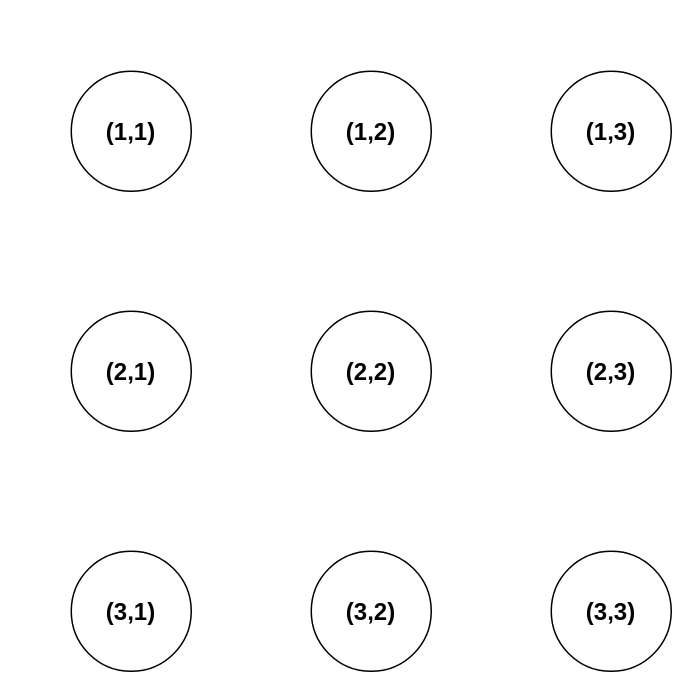
Earlier version of the draw.io diagram page "Page-1" (1 of 3) of MDP.drawio (melmirasol/Case-Problem-6.2). Source tidied: cells renumbered, new cells numbered last; positions are measured from the earlier drawing's top-left corner, leaving out a move shared by most shapes. Both pictures are drawn from the tidied source at 150%, with x=0, y=0 at pixel (70, 70).
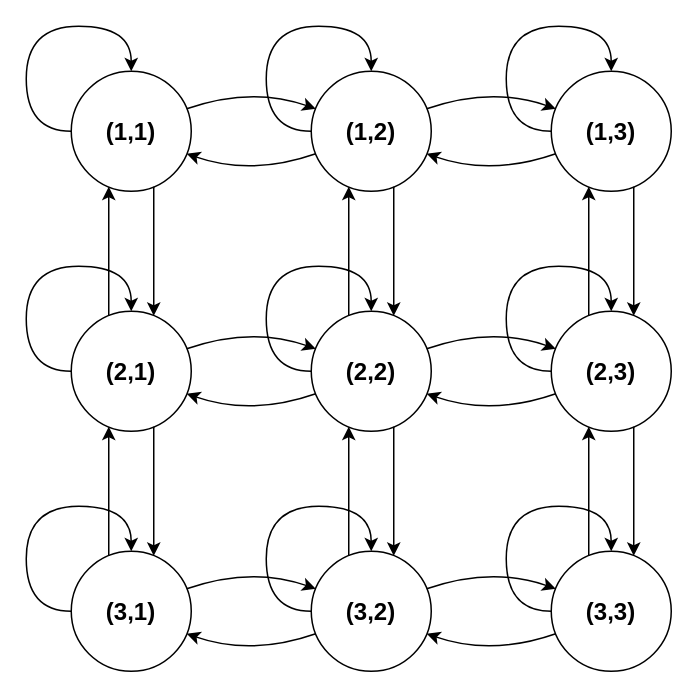
The same diagram, later.

Diff of the diagram source:
```diff
@@
-    <mxCell id="2" value="(1,1)" style="ellipse;whiteSpace=wrap;html=1;shapeInside=1;fontSize=16;fontStyle=1;" parent="1" vertex="1">
+    <mxCell id="2" value="(1,1)" style="ellipse;whiteSpace=wrap;html=1;shapeInside=1;fontSize=16;fontStyle=1;points=[[0,0,0,0,0],[0,0.5,0,0,0],[0,1,0,0,0],[0.0375,0.3125,0,0,0],[0.0375,0.6875,0,0,0],[0.3125,0.0375,0,0,0],[0.3125,0.9625,0,0,0],[0.5,0,0,0,0],[0.5,1,0,0,0],[0.6875,0.0375,0,0,0],[0.6875,0.9625,0,0,0],[0.9625,0.3125,0,0,0],[0.9625,0.6875,0,0,0],[1,0,0,0,0],[1,0.5,0,0,0],[1,1,0,0,0]];" parent="1" vertex="1">
       <mxGeometry width="80" height="80" as="geometry" />
     </mxCell>
-    <mxCell id="3" value="(1,2)" style="ellipse;whiteSpace=wrap;html=1;shapeInside=1;fontSize=16;fontStyle=1;" parent="1" vertex="1">
+    <mxCell id="3" value="(1,2)" style="ellipse;whiteSpace=wrap;html=1;shapeInside=1;fontSize=16;fontStyle=1;points=[[0,0,0,0,0],[0,0.5,0,0,0],[0,1,0,0,0],[0.0375,0.3125,0,0,0],[0.0375,0.6875,0,0,0],[0.3125,0.0375,0,0,0],[0.3125,0.9625,0,0,0],[0.5,0,0,0,0],[0.5,1,0,0,0],[0.6875,0.0375,0,0,0],[0.6875,0.9625,0,0,0],[0.9625,0.3125,0,0,0],[0.9625,0.6875,0,0,0],[1,0,0,0,0],[1,0.5,0,0,0],[1,1,0,0,0]];" parent="1" vertex="1">
       <mxGeometry x="160" width="80" height="80" as="geometry" />
     </mxCell>
-    <mxCell id="4" value="(1,3)" style="ellipse;whiteSpace=wrap;html=1;shapeInside=1;fontSize=16;fontStyle=1;" parent="1" vertex="1">
+    <mxCell id="4" value="(1,3)" style="ellipse;whiteSpace=wrap;html=1;shapeInside=1;fontSize=16;fontStyle=1;points=[[0,0,0,0,0],[0,0.5,0,0,0],[0,1,0,0,0],[0.0375,0.3125,0,0,0],[0.0375,0.6875,0,0,0],[0.3125,0.0375,0,0,0],[0.3125,0.9625,0,0,0],[0.5,0,0,0,0],[0.5,1,0,0,0],[0.6875,0.0375,0,0,0],[0.6875,0.9625,0,0,0],[0.9625,0.3125,0,0,0],[0.9625,0.6875,0,0,0],[1,0,0,0,0],[1,0.5,0,0,0],[1,1,0,0,0]];" parent="1" vertex="1">
       <mxGeometry x="320" width="80" height="80" as="geometry" />
     </mxCell>
+    <mxCell id="11" style="endArrow=classic;html=1;rounded=0;curved=1;exitX=0.9625;exitY=0.3125;exitDx=0;exitDy=0;exitPerimeter=0;entryX=0.0375;entryY=0.3125;entryDx=0;entryDy=0;entryPerimeter=0;" parent="1" edge="1" source="2" target="3">
+      <mxGeometry relative="1" as="geometry">
+        <Array as="points">
+          <mxPoint x="120" y="10" />
+        </Array>
+      </mxGeometry>
+    </mxCell>
+    <mxCell id="12" style="endArrow=classic;html=1;rounded=0;curved=1;entryX=0.9625;entryY=0.6875;entryDx=0;entryDy=0;entryPerimeter=0;exitX=0.0375;exitY=0.6875;exitDx=0;exitDy=0;exitPerimeter=0;" parent="1" edge="1" source="3" target="2">
+      <mxGeometry relative="1" as="geometry">
+        <Array as="points">
+          <mxPoint x="120" y="70" />
+        </Array>
+      </mxGeometry>
+    </mxCell>
+    <mxCell id="13" style="endArrow=classic;html=1;rounded=0;curved=1;exitX=0.9625;exitY=0.3125;exitDx=0;exitDy=0;exitPerimeter=0;entryX=0.0375;entryY=0.3125;entryDx=0;entryDy=0;entryPerimeter=0;" parent="1" edge="1" source="3" target="4">
+      <mxGeometry relative="1" as="geometry">
+        <Array as="points">
+          <mxPoint x="280" y="10" />
+        </Array>
+      </mxGeometry>
+    </mxCell>
+    <mxCell id="14" style="endArrow=classic;html=1;rounded=0;curved=1;entryX=0.9625;entryY=0.6875;entryDx=0;entryDy=0;entryPerimeter=0;exitX=0.0375;exitY=0.6875;exitDx=0;exitDy=0;exitPerimeter=0;" parent="1" edge="1" source="4" target="3">
+      <mxGeometry relative="1" as="geometry">
+        <Array as="points">
+          <mxPoint x="280" y="70" />
+        </Array>
+      </mxGeometry>
+    </mxCell>
-    <mxCell id="5" value="(2,1)" style="ellipse;whiteSpace=wrap;html=1;shapeInside=1;fontSize=16;fontStyle=1;" parent="1" vertex="1">
+    <mxCell id="5" value="(2,1)" style="ellipse;whiteSpace=wrap;html=1;shapeInside=1;fontSize=16;fontStyle=1;points=[[0,0,0,0,0],[0,0.5,0,0,0],[0,1,0,0,0],[0.0375,0.3125,0,0,0],[0.0375,0.6875,0,0,0],[0.3125,0.0375,0,0,0],[0.3125,0.9625,0,0,0],[0.5,0,0,0,0],[0.5,1,0,0,0],[0.6875,0.0375,0,0,0],[0.6875,0.9625,0,0,0],[0.9625,0.3125,0,0,0],[0.9625,0.6875,0,0,0],[1,0,0,0,0],[1,0.5,0,0,0],[1,1,0,0,0]];" parent="1" vertex="1">
       <mxGeometry y="160" width="80" height="80" as="geometry" />
     </mxCell>
-    <mxCell id="6" value="(2,2)" style="ellipse;whiteSpace=wrap;html=1;shapeInside=1;fontSize=16;fontStyle=1;" parent="1" vertex="1">
+    <mxCell id="6" value="(2,2)" style="ellipse;whiteSpace=wrap;html=1;shapeInside=1;fontSize=16;fontStyle=1;points=[[0,0,0,0,0],[0,0.5,0,0,0],[0,1,0,0,0],[0.0375,0.3125,0,0,0],[0.0375,0.6875,0,0,0],[0.3125,0.0375,0,0,0],[0.3125,0.9625,0,0,0],[0.5,0,0,0,0],[0.5,1,0,0,0],[0.6875,0.0375,0,0,0],[0.6875,0.9625,0,0,0],[0.9625,0.3125,0,0,0],[0.9625,0.6875,0,0,0],[1,0,0,0,0],[1,0.5,0,0,0],[1,1,0,0,0]];" parent="1" vertex="1">
       <mxGeometry x="160" y="160" width="80" height="80" as="geometry" />
     </mxCell>
-    <mxCell id="7" value="(2,3)" style="ellipse;whiteSpace=wrap;html=1;shapeInside=1;fontSize=16;fontStyle=1;" parent="1" vertex="1">
+    <mxCell id="7" value="(2,3)" style="ellipse;whiteSpace=wrap;html=1;shapeInside=1;fontSize=16;fontStyle=1;points=[[0,0,0,0,0],[0,0.5,0,0,0],[0,1,0,0,0],[0.0375,0.3125,0,0,0],[0.0375,0.6875,0,0,0],[0.3125,0.0375,0,0,0],[0.3125,0.9625,0,0,0],[0.5,0,0,0,0],[0.5,1,0,0,0],[0.6875,0.0375,0,0,0],[0.6875,0.9625,0,0,0],[0.9625,0.3125,0,0,0],[0.9625,0.6875,0,0,0],[1,0,0,0,0],[1,0.5,0,0,0],[1,1,0,0,0]];" parent="1" vertex="1">
       <mxGeometry x="320" y="160" width="80" height="80" as="geometry" />
     </mxCell>
+    <mxCell id="15" style="endArrow=classic;html=1;rounded=0;curved=1;exitX=0.9625;exitY=0.3125;exitDx=0;exitDy=0;exitPerimeter=0;entryX=0.0375;entryY=0.3125;entryDx=0;entryDy=0;entryPerimeter=0;" parent="1" edge="1" source="5" target="6">
+      <mxGeometry relative="1" as="geometry">
+        <Array as="points">
+          <mxPoint x="120" y="170" />
+        </Array>
+      </mxGeometry>
+    </mxCell>
+    <mxCell id="16" style="endArrow=classic;html=1;rounded=0;curved=1;entryX=0.9625;entryY=0.6875;entryDx=0;entryDy=0;entryPerimeter=0;exitX=0.0375;exitY=0.6875;exitDx=0;exitDy=0;exitPerimeter=0;" parent="1" edge="1" source="6" target="5">
+      <mxGeometry relative="1" as="geometry">
+        <Array as="points">
+          <mxPoint x="120" y="230" />
+        </Array>
+      </mxGeometry>
+    </mxCell>
+    <mxCell id="17" style="endArrow=classic;html=1;rounded=0;curved=1;exitX=0.9625;exitY=0.3125;exitDx=0;exitDy=0;exitPerimeter=0;entryX=0.0375;entryY=0.3125;entryDx=0;entryDy=0;entryPerimeter=0;" parent="1" edge="1" source="6" target="7">
+      <mxGeometry relative="1" as="geometry">
+        <Array as="points">
+          <mxPoint x="280" y="170" />
+        </Array>
+      </mxGeometry>
+    </mxCell>
+    <mxCell id="18" style="endArrow=classic;html=1;rounded=0;curved=1;entryX=0.9625;entryY=0.6875;entryDx=0;entryDy=0;entryPerimeter=0;exitX=0.0375;exitY=0.6875;exitDx=0;exitDy=0;exitPerimeter=0;" parent="1" edge="1" source="7" target="6">
+      <mxGeometry relative="1" as="geometry">
+        <Array as="points">
+          <mxPoint x="280" y="230" />
+        </Array>
+      </mxGeometry>
+    </mxCell>
+    <mxCell id="19" style="endArrow=classic;html=1;rounded=0;entryX=0.3125;entryY=0.9625;entryDx=0;entryDy=0;entryPerimeter=0;exitX=0.3125;exitY=0.0375;exitDx=0;exitDy=0;exitPerimeter=0;" parent="1" edge="1" source="6" target="3">
+      <mxGeometry relative="1" as="geometry" />
+    </mxCell>
+    <mxCell id="20" style="endArrow=classic;html=1;rounded=0;entryX=0.6875;entryY=0.0375;entryDx=0;entryDy=0;entryPerimeter=0;exitX=0.6875;exitY=0.9625;exitDx=0;exitDy=0;exitPerimeter=0;" parent="1" edge="1" source="3" target="6">
+      <mxGeometry relative="1" as="geometry" />
+    </mxCell>
+    <mxCell id="21" style="endArrow=classic;html=1;rounded=0;entryX=0.3125;entryY=0.9625;entryDx=0;entryDy=0;entryPerimeter=0;exitX=0.3125;exitY=0.0375;exitDx=0;exitDy=0;exitPerimeter=0;" parent="1" edge="1" source="5" target="2">
+      <mxGeometry relative="1" as="geometry" />
+    </mxCell>
+    <mxCell id="22" style="endArrow=classic;html=1;rounded=0;entryX=0.6875;entryY=0.0375;entryDx=0;entryDy=0;entryPerimeter=0;exitX=0.6875;exitY=0.9625;exitDx=0;exitDy=0;exitPerimeter=0;" parent="1" edge="1" source="2" target="5">
+      <mxGeometry relative="1" as="geometry" />
+    </mxCell>
+    <mxCell id="23" style="endArrow=classic;html=1;rounded=0;entryX=0.3125;entryY=0.9625;entryDx=0;entryDy=0;entryPerimeter=0;exitX=0.3125;exitY=0.0375;exitDx=0;exitDy=0;exitPerimeter=0;" parent="1" edge="1" source="7" target="4">
+      <mxGeometry relative="1" as="geometry" />
+    </mxCell>
+    <mxCell id="24" style="endArrow=classic;html=1;rounded=0;entryX=0.6875;entryY=0.0375;entryDx=0;entryDy=0;entryPerimeter=0;exitX=0.6875;exitY=0.9625;exitDx=0;exitDy=0;exitPerimeter=0;" parent="1" edge="1" source="4" target="7">
+      <mxGeometry relative="1" as="geometry" />
+    </mxCell>
-    <mxCell id="8" value="(3,1)" style="ellipse;whiteSpace=wrap;html=1;shapeInside=1;fontSize=16;fontStyle=1;" parent="1" vertex="1">
+    <mxCell id="8" value="(3,1)" style="ellipse;whiteSpace=wrap;html=1;shapeInside=1;fontSize=16;fontStyle=1;points=[[0,0,0,0,0],[0,0.5,0,0,0],[0,1,0,0,0],[0.0375,0.3125,0,0,0],[0.0375,0.6875,0,0,0],[0.3125,0.0375,0,0,0],[0.3125,0.9625,0,0,0],[0.5,0,0,0,0],[0.5,1,0,0,0],[0.6875,0.0375,0,0,0],[0.6875,0.9625,0,0,0],[0.9625,0.3125,0,0,0],[0.9625,0.6875,0,0,0],[1,0,0,0,0],[1,0.5,0,0,0],[1,1,0,0,0]];" parent="1" vertex="1">
       <mxGeometry y="320" width="80" height="80" as="geometry" />
     </mxCell>
-    <mxCell id="9" value="(3,2)" style="ellipse;whiteSpace=wrap;html=1;shapeInside=1;fontSize=16;fontStyle=1;" parent="1" vertex="1">
+    <mxCell id="9" value="(3,2)" style="ellipse;whiteSpace=wrap;html=1;shapeInside=1;fontSize=16;fontStyle=1;points=[[0,0,0,0,0],[0,0.5,0,0,0],[0,1,0,0,0],[0.0375,0.3125,0,0,0],[0.0375,0.6875,0,0,0],[0.3125,0.0375,0,0,0],[0.3125,0.9625,0,0,0],[0.5,0,0,0,0],[0.5,1,0,0,0],[0.6875,0.0375,0,0,0],[0.6875,0.9625,0,0,0],[0.9625,0.3125,0,0,0],[0.9625,0.6875,0,0,0],[1,0,0,0,0],[1,0.5,0,0,0],[1,1,0,0,0]];" parent="1" vertex="1">
       <mxGeometry x="160" y="320" width="80" height="80" as="geometry" />
     </mxCell>
-    <mxCell id="10" value="(3,3)" style="ellipse;whiteSpace=wrap;html=1;shapeInside=1;fontSize=16;fontStyle=1;" parent="1" vertex="1">
+    <mxCell id="10" value="(3,3)" style="ellipse;whiteSpace=wrap;html=1;shapeInside=1;fontSize=16;fontStyle=1;points=[[0,0,0,0,0],[0,0.5,0,0,0],[0,1,0,0,0],[0.0375,0.3125,0,0,0],[0.0375,0.6875,0,0,0],[0.3125,0.0375,0,0,0],[0.3125,0.9625,0,0,0],[0.5,0,0,0,0],[0.5,1,0,0,0],[0.6875,0.0375,0,0,0],[0.6875,0.9625,0,0,0],[0.9625,0.3125,0,0,0],[0.9625,0.6875,0,0,0],[1,0,0,0,0],[1,0.5,0,0,0],[1,1,0,0,0]];" parent="1" vertex="1">
       <mxGeometry x="320" y="320" width="80" height="80" as="geometry" />
     </mxCell>
+    <mxCell id="25" style="endArrow=classic;html=1;rounded=0;curved=1;exitX=0.9625;exitY=0.3125;exitDx=0;exitDy=0;exitPerimeter=0;entryX=0.0375;entryY=0.3125;entryDx=0;entryDy=0;entryPerimeter=0;" parent="1" edge="1" source="8" target="9">
+      <mxGeometry relative="1" as="geometry">
+        <Array as="points">
+          <mxPoint x="120" y="330" />
+        </Array>
+      </mxGeometry>
+    </mxCell>
+    <mxCell id="26" style="endArrow=classic;html=1;rounded=0;curved=1;entryX=0.9625;entryY=0.6875;entryDx=0;entryDy=0;entryPerimeter=0;exitX=0.0375;exitY=0.6875;exitDx=0;exitDy=0;exitPerimeter=0;" parent="1" edge="1" source="9" target="8">
+      <mxGeometry relative="1" as="geometry">
+        <Array as="points">
+          <mxPoint x="120" y="390" />
+        </Array>
+      </mxGeometry>
+    </mxCell>
+    <mxCell id="27" style="endArrow=classic;html=1;rounded=0;curved=1;exitX=0.9625;exitY=0.3125;exitDx=0;exitDy=0;exitPerimeter=0;entryX=0.0375;entryY=0.3125;entryDx=0;entryDy=0;entryPerimeter=0;" parent="1" edge="1" source="9" target="10">
+      <mxGeometry relative="1" as="geometry">
+        <Array as="points">
+          <mxPoint x="280" y="330" />
+        </Array>
+      </mxGeometry>
+    </mxCell>
+    <mxCell id="28" style="endArrow=classic;html=1;rounded=0;curved=1;entryX=0.9625;entryY=0.6875;entryDx=0;entryDy=0;entryPerimeter=0;exitX=0.0375;exitY=0.6875;exitDx=0;exitDy=0;exitPerimeter=0;" parent="1" edge="1" source="10" target="9">
+      <mxGeometry relative="1" as="geometry">
+        <Array as="points">
+          <mxPoint x="280" y="390" />
+        </Array>
+      </mxGeometry>
+    </mxCell>
+    <mxCell id="29" style="endArrow=classic;html=1;rounded=0;entryX=0.3125;entryY=0.9625;entryDx=0;entryDy=0;entryPerimeter=0;exitX=0.3125;exitY=0.0375;exitDx=0;exitDy=0;exitPerimeter=0;" parent="1" edge="1" source="9" target="6">
+      <mxGeometry relative="1" as="geometry" />
+    </mxCell>
+    <mxCell id="30" style="endArrow=classic;html=1;rounded=0;entryX=0.6875;entryY=0.0375;entryDx=0;entryDy=0;entryPerimeter=0;exitX=0.6875;exitY=0.9625;exitDx=0;exitDy=0;exitPerimeter=0;" parent="1" edge="1" source="6" target="9">
+      <mxGeometry relative="1" as="geometry" />
+    </mxCell>
+    <mxCell id="31" style="endArrow=classic;html=1;rounded=0;entryX=0.3125;entryY=0.9625;entryDx=0;entryDy=0;entryPerimeter=0;exitX=0.3125;exitY=0.0375;exitDx=0;exitDy=0;exitPerimeter=0;" parent="1" edge="1" source="8" target="5">
+      <mxGeometry relative="1" as="geometry" />
+    </mxCell>
+    <mxCell id="32" style="endArrow=classic;html=1;rounded=0;entryX=0.6875;entryY=0.0375;entryDx=0;entryDy=0;entryPerimeter=0;exitX=0.6875;exitY=0.9625;exitDx=0;exitDy=0;exitPerimeter=0;" parent="1" edge="1" source="5" target="8">
+      <mxGeometry relative="1" as="geometry" />
+    </mxCell>
+    <mxCell id="33" style="endArrow=classic;html=1;rounded=0;entryX=0.3125;entryY=0.9625;entryDx=0;entryDy=0;entryPerimeter=0;exitX=0.3125;exitY=0.0375;exitDx=0;exitDy=0;exitPerimeter=0;" parent="1" edge="1" source="10" target="7">
+      <mxGeometry relative="1" as="geometry" />
+    </mxCell>
+    <mxCell id="34" style="endArrow=classic;html=1;rounded=0;entryX=0.6875;entryY=0.0375;entryDx=0;entryDy=0;entryPerimeter=0;exitX=0.6875;exitY=0.9625;exitDx=0;exitDy=0;exitPerimeter=0;" parent="1" edge="1" source="7" target="10">
+      <mxGeometry relative="1" as="geometry" />
+    </mxCell>
+    <mxCell id="35" style="endArrow=classic;html=1;rounded=0;exitX=0;exitY=0.5;exitDx=0;exitDy=0;exitPerimeter=0;entryX=0.5;entryY=0;entryDx=0;entryDy=0;entryPerimeter=0;curved=1;edgeStyle=orthogonalEdgeStyle;innerLoopWaypoints=1;" parent="1" edge="1" source="2" target="2">
+      <mxGeometry relative="1" as="geometry">
+        <Array as="points">
+          <mxPoint x="-30" y="40" />
+          <mxPoint x="-30" y="-30" />
+          <mxPoint x="40" y="-30" />
+        </Array>
+      </mxGeometry>
+    </mxCell>
+    <mxCell id="36" style="endArrow=classic;html=1;rounded=0;exitX=0;exitY=0.5;exitDx=0;exitDy=0;exitPerimeter=0;entryX=0.5;entryY=0;entryDx=0;entryDy=0;entryPerimeter=0;curved=1;edgeStyle=orthogonalEdgeStyle;innerLoopWaypoints=1;" parent="1" edge="1" source="3" target="3">
+      <mxGeometry relative="1" as="geometry">
+        <Array as="points">
+          <mxPoint x="130" y="40" />
+          <mxPoint x="130" y="-30" />
+          <mxPoint x="200" y="-30" />
+        </Array>
+      </mxGeometry>
+    </mxCell>
+    <mxCell id="37" style="endArrow=classic;html=1;rounded=0;exitX=0;exitY=0.5;exitDx=0;exitDy=0;exitPerimeter=0;entryX=0.5;entryY=0;entryDx=0;entryDy=0;entryPerimeter=0;curved=1;edgeStyle=orthogonalEdgeStyle;innerLoopWaypoints=1;" parent="1" edge="1" source="4" target="4">
+      <mxGeometry relative="1" as="geometry">
+        <Array as="points">
+          <mxPoint x="290" y="40" />
+          <mxPoint x="290" y="-30" />
+          <mxPoint x="360" y="-30" />
+        </Array>
+      </mxGeometry>
+    </mxCell>
+    <mxCell id="38" style="endArrow=classic;html=1;rounded=0;exitX=0;exitY=0.5;exitDx=0;exitDy=0;exitPerimeter=0;entryX=0.5;entryY=0;entryDx=0;entryDy=0;entryPerimeter=0;curved=1;edgeStyle=orthogonalEdgeStyle;innerLoopWaypoints=1;" parent="1" edge="1" source="7" target="7">
+      <mxGeometry relative="1" as="geometry">
+        <Array as="points">
+          <mxPoint x="290" y="200" />
+          <mxPoint x="290" y="130" />
+          <mxPoint x="360" y="130" />
+        </Array>
+      </mxGeometry>
+    </mxCell>
+    <mxCell id="39" style="endArrow=classic;html=1;rounded=0;exitX=0;exitY=0.5;exitDx=0;exitDy=0;exitPerimeter=0;entryX=0.5;entryY=0;entryDx=0;entryDy=0;entryPerimeter=0;curved=1;edgeStyle=orthogonalEdgeStyle;innerLoopWaypoints=1;" parent="1" edge="1" source="6" target="6">
+      <mxGeometry relative="1" as="geometry">
+        <Array as="points">
+          <mxPoint x="130" y="200" />
+          <mxPoint x="130" y="130" />
+          <mxPoint x="200" y="130" />
+        </Array>
+      </mxGeometry>
+    </mxCell>
+    <mxCell id="40" style="endArrow=classic;html=1;rounded=0;exitX=0;exitY=0.5;exitDx=0;exitDy=0;exitPerimeter=0;entryX=0.5;entryY=0;entryDx=0;entryDy=0;entryPerimeter=0;curved=1;edgeStyle=orthogonalEdgeStyle;innerLoopWaypoints=1;" parent="1" edge="1" source="5" target="5">
+      <mxGeometry relative="1" as="geometry">
+        <Array as="points">
+          <mxPoint x="-30" y="200" />
+          <mxPoint x="-30" y="130" />
+          <mxPoint x="40" y="130" />
+        </Array>
+      </mxGeometry>
+    </mxCell>
+    <mxCell id="41" style="endArrow=classic;html=1;rounded=0;exitX=0;exitY=0.5;exitDx=0;exitDy=0;exitPerimeter=0;entryX=0.5;entryY=0;entryDx=0;entryDy=0;entryPerimeter=0;curved=1;edgeStyle=orthogonalEdgeStyle;innerLoopWaypoints=1;" parent="1" edge="1" source="8" target="8">
+      <mxGeometry relative="1" as="geometry">
+        <Array as="points">
+          <mxPoint x="-30" y="360" />
+          <mxPoint x="-30" y="290" />
+          <mxPoint x="40" y="290" />
+        </Array>
+      </mxGeometry>
+    </mxCell>
+    <mxCell id="42" style="endArrow=classic;html=1;rounded=0;exitX=0;exitY=0.5;exitDx=0;exitDy=0;exitPerimeter=0;entryX=0.5;entryY=0;entryDx=0;entryDy=0;entryPerimeter=0;curved=1;edgeStyle=orthogonalEdgeStyle;innerLoopWaypoints=1;" parent="1" edge="1" target="9">
+      <mxGeometry relative="1" as="geometry">
+        <mxPoint x="160" y="360" as="sourcePoint" />
+        <Array as="points">
+          <mxPoint x="130" y="360" />
+          <mxPoint x="130" y="290" />
+          <mxPoint x="200" y="290" />
+        </Array>
+      </mxGeometry>
+    </mxCell>
+    <mxCell id="43" style="endArrow=classic;html=1;rounded=0;exitX=0;exitY=0.5;exitDx=0;exitDy=0;exitPerimeter=0;curved=1;edgeStyle=orthogonalEdgeStyle;innerLoopWaypoints=1;" parent="1" edge="1">
+      <mxGeometry relative="1" as="geometry">
+        <mxPoint x="320" y="360" as="sourcePoint" />
+        <mxPoint x="360" y="320" as="targetPoint" />
+        <Array as="points">
+          <mxPoint x="290" y="360" />
+          <mxPoint x="290" y="290" />
+          <mxPoint x="360" y="290" />
+        </Array>
+      </mxGeometry>
+    </mxCell>
```
